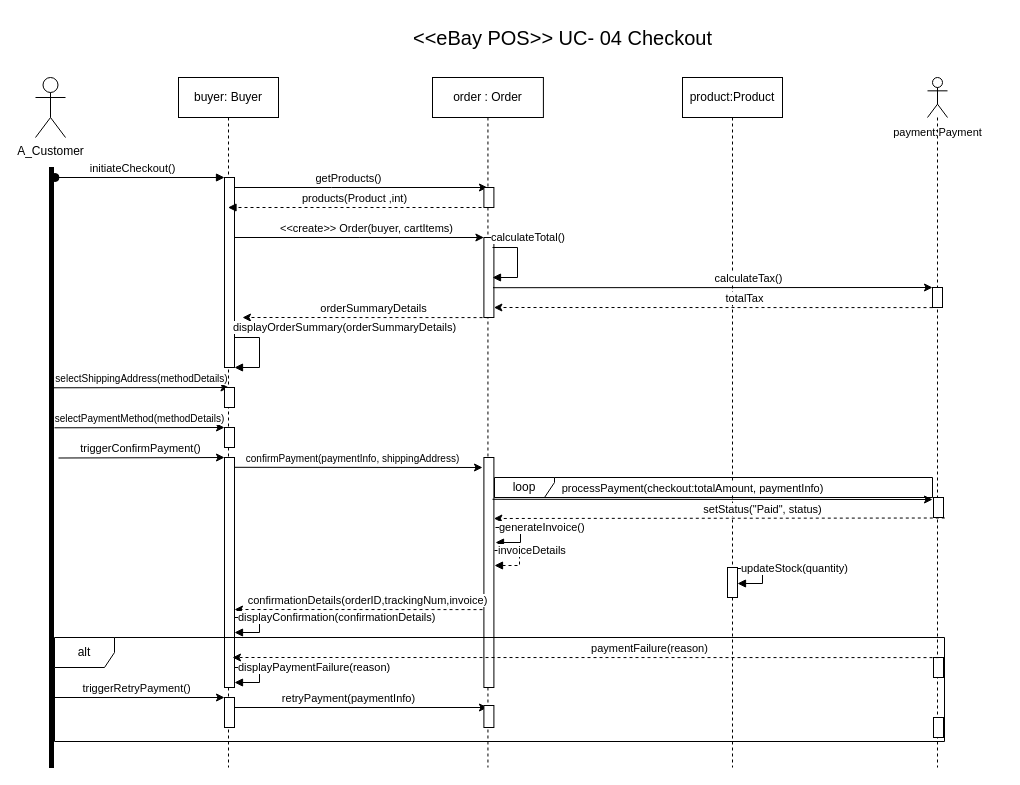
The draw.io diagram Sequence Diagram ebay.drawio in AhmedElamari/Software-design-saved, before the edit. Source tidied: cells renumbered, new cells numbered last; positions are measured from the earlier drawing's top-left corner, leaving out a move shared by most shapes. Both pictures are drawn from the tidied source at 100%, with x=0, y=0 at pixel (35, 17).
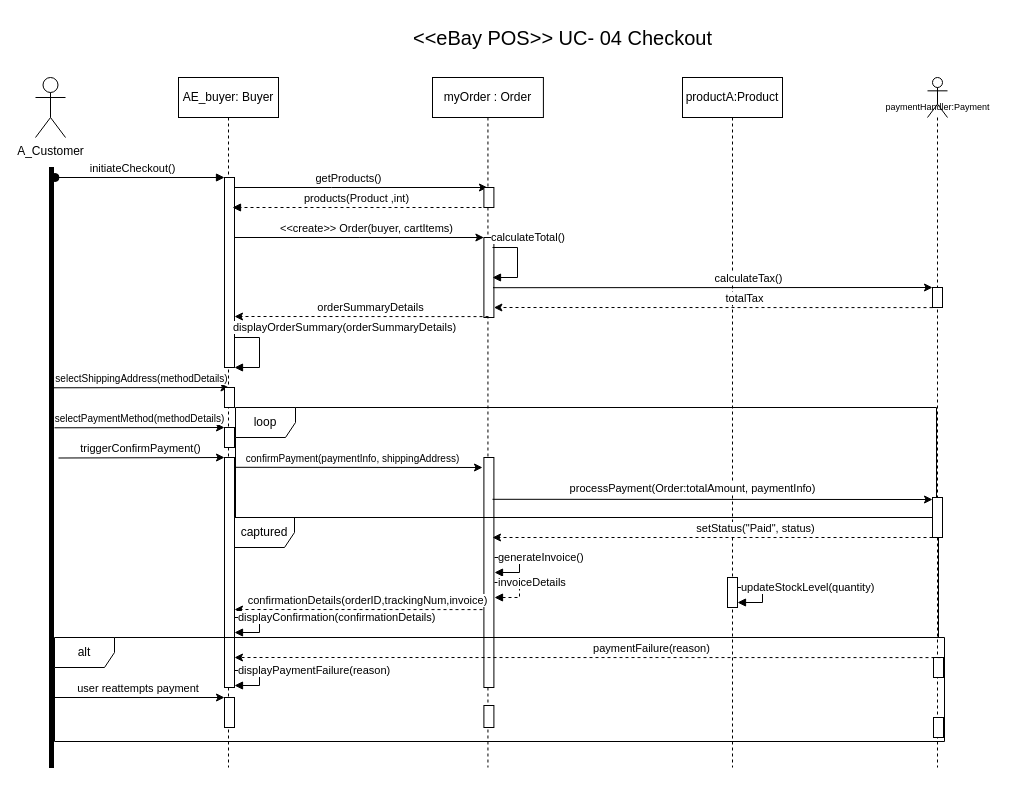
The same page after the edit.

The change refers to these unchanged cells:
```xml
<mxCell id="14" style="html=1;points=[[0,0,0,0,5],[0,1,0,0,-5],[1,0,0,0,5],[1,1,0,0,-5]];perimeter=orthogonalPerimeter;outlineConnect=0;targetShapes=umlLifeline;portConstraint=eastwest;newEdgeStyle={&quot;curved&quot;:0,&quot;rounded&quot;:0};" parent="13" vertex="1">
  <mxGeometry x="51.4" y="380" width="10" height="230" as="geometry" />
</mxCell>
<mxCell id="18" style="shape=umlLifeline;perimeter=lifelinePerimeter;whiteSpace=wrap;html=1;newEdgeStyle={&quot;curved&quot;:0,&quot;rounded&quot;:0};participant=umlActor;" parent="1" vertex="1">
  <mxGeometry x="892" y="60" width="20" height="690" as="geometry" />
</mxCell>
<mxCell id="56" style="edgeStyle=elbowEdgeStyle;rounded=0;orthogonalLoop=1;jettySize=auto;html=1;elbow=vertical;curved=0;" parent="1" edge="1">
  <mxGeometry relative="1" as="geometry">
    <mxPoint x="14" y="680" as="sourcePoint" />
    <mxPoint x="189" y="680" as="targetPoint" />
  </mxGeometry>
</mxCell>
```

Diff of the diagram source:
```diff
@@
-    <mxCell id="2" style="edgeStyle=elbowEdgeStyle;rounded=0;jettySize=auto;html=1;elbow=vertical;curved=0;" parent="1" edge="1" target="13">
-      <mxGeometry relative="1" as="geometry">
-        <mxPoint x="196" y="690" as="sourcePoint" />
-      </mxGeometry>
-    </mxCell>
-    <mxCell id="3" value="retryPayment(paymentInfo)" style="edgeLabel;html=1;align=center;verticalAlign=middle;" parent="2" vertex="1">
-      <mxGeometry x="-0.24" y="4" relative="1" as="geometry">
-        <mxPoint x="19" y="-6" as="offset" />
-      </mxGeometry>
-    </mxCell>
@@
-    <mxCell id="9" value="buyer: Buyer" style="shape=umlLifeline;perimeter=lifelinePerimeter;whiteSpace=wrap;html=1;outlineConnect=0;portConstraint=eastwest;newEdgeStyle={&quot;edgeStyle&quot;:&quot;elbowEdgeStyle&quot;,&quot;elbow&quot;:&quot;vertical&quot;,&quot;curved&quot;:0,&quot;rounded&quot;:0};" parent="1" vertex="1">
+    <mxCell id="9" value="AE_buyer: Buyer" style="shape=umlLifeline;perimeter=lifelinePerimeter;whiteSpace=wrap;html=1;outlineConnect=0;portConstraint=eastwest;newEdgeStyle={&quot;edgeStyle&quot;:&quot;elbowEdgeStyle&quot;,&quot;elbow&quot;:&quot;vertical&quot;,&quot;curved&quot;:0,&quot;rounded&quot;:0};" parent="1" vertex="1">
       <mxGeometry x="143" y="60" width="100" height="690" as="geometry" />
     </mxCell>
@@
-    <mxCell id="13" value="order : Order" style="shape=umlLifeline;perimeter=lifelinePerimeter;whiteSpace=wrap;html=1;outlineConnect=0;portConstraint=eastwest;newEdgeStyle={&quot;edgeStyle&quot;:&quot;elbowEdgeStyle&quot;,&quot;elbow&quot;:&quot;vertical&quot;,&quot;curved&quot;:0,&quot;rounded&quot;:0};" parent="1" vertex="1">
+    <mxCell id="13" value="myOrder : Order" style="shape=umlLifeline;perimeter=lifelinePerimeter;whiteSpace=wrap;html=1;outlineConnect=0;portConstraint=eastwest;newEdgeStyle={&quot;edgeStyle&quot;:&quot;elbowEdgeStyle&quot;,&quot;elbow&quot;:&quot;vertical&quot;,&quot;curved&quot;:0,&quot;rounded&quot;:0};" parent="1" vertex="1">
       <mxGeometry x="397" y="60" width="110.9" height="690" as="geometry" />
     </mxCell>
@@
-    <mxCell id="19" style="html=1;perimeter=orthogonalPerimeter;targetShapes=umlLifeline;newEdgeStyle={&quot;curved&quot;:0,&quot;rounded&quot;:0};" parent="18" vertex="1">
-      <mxGeometry x="6" y="420" width="10" height="20" as="geometry" />
-    </mxCell>
@@
-    <mxCell id="23" value="payment:Payment" style="text;html=1;align=center;verticalAlign=middle;strokeColor=none;fillColor=none;fontSize=11;" parent="1" vertex="1">
-      <mxGeometry x="847" y="100" width="110" height="30" as="geometry" />
-    </mxCell>
@@
-    <mxCell id="26" value="product:Product" style="shape=umlLifeline;perimeter=lifelinePerimeter;whiteSpace=wrap;html=1;newEdgeStyle={&quot;edgeStyle&quot;:&quot;elbowEdgeStyle&quot;,&quot;elbow&quot;:&quot;vertical&quot;,&quot;curved&quot;:0,&quot;rounded&quot;:0};" parent="1" vertex="1">
+    <mxCell id="26" value="productA:Product" style="shape=umlLifeline;perimeter=lifelinePerimeter;whiteSpace=wrap;html=1;newEdgeStyle={&quot;edgeStyle&quot;:&quot;elbowEdgeStyle&quot;,&quot;elbow&quot;:&quot;vertical&quot;,&quot;curved&quot;:0,&quot;rounded&quot;:0};" parent="1" vertex="1">
       <mxGeometry x="647" y="60" width="100" height="690" as="geometry" />
     </mxCell>
-    <mxCell id="27" style="html=1;points=[[0,0,0,0,5],[0,1,0,0,-5],[1,0,0,0,5],[1,1,0,0,-5]];perimeter=orthogonalPerimeter;outlineConnect=0;targetShapes=umlLifeline;portConstraint=eastwest;newEdgeStyle={&quot;curved&quot;:0,&quot;rounded&quot;:0};" parent="26" vertex="1">
-      <mxGeometry x="45" y="490" width="10" height="30" as="geometry" />
-    </mxCell>
@@
-    <mxCell id="31" value="products(Product ,int)" style="html=1;verticalAlign=bottom;endArrow=block;curved=0;rounded=0;dashed=1;" parent="1" edge="1" target="9">
+    <mxCell id="31" value="products(Product ,int)" style="html=1;verticalAlign=bottom;endArrow=block;curved=0;rounded=0;dashed=1;" parent="1" edge="1">
       <mxGeometry relative="1" as="geometry">
         <mxPoint x="446" y="190" as="sourcePoint" />
+        <mxPoint x="197" y="190" as="targetPoint" />
       </mxGeometry>
     </mxCell>
@@
     <mxCell id="33" style="edgeStyle=elbowEdgeStyle;rounded=0;orthogonalLoop=1;jettySize=auto;html=1;elbow=vertical;curved=0;dashed=1;" parent="1" edge="1">
       <mxGeometry relative="1" as="geometry">
-        <mxPoint x="453" y="300.1" as="sourcePoint" />
-        <mxPoint x="207" y="300" as="targetPoint" />
+        <mxPoint x="453" y="299.1" as="sourcePoint" />
+        <mxPoint x="199" y="299.6" as="targetPoint" />
       </mxGeometry>
     </mxCell>
@@
     <mxCell id="44" style="edgeStyle=elbowEdgeStyle;rounded=0;orthogonalLoop=1;jettySize=auto;html=1;elbow=vertical;curved=0;exitX=1.458;exitY=0.139;exitDx=0;exitDy=0;exitPerimeter=0;" parent="1" edge="1">
       <mxGeometry relative="1" as="geometry">
         <mxPoint x="457" y="481.8" as="sourcePoint" />
         <mxPoint x="897" y="482" as="targetPoint" />
-        <Array as="points">
-          <mxPoint x="363.7" y="482" />
-        </Array>
       </mxGeometry>
     </mxCell>
-    <mxCell id="45" value="processPayment(checkout:totalAmount, paymentInfo)" style="edgeLabel;html=1;align=center;verticalAlign=middle;fontSize=11;" parent="44" vertex="1">
+    <mxCell id="45" value="processPayment(Order:totalAmount, paymentInfo)" style="edgeLabel;html=1;align=center;verticalAlign=middle;fontSize=11;" parent="44" vertex="1">
       <mxGeometry x="-0.24" y="4" relative="1" as="geometry">
         <mxPoint x="33" y="-8" as="offset" />
       </mxGeometry>
     </mxCell>
-    <mxCell id="46" style="edgeStyle=elbowEdgeStyle;rounded=0;jettySize=auto;html=1;elbow=vertical;curved=0;dashed=1;" parent="1" edge="1" target="14">
+    <mxCell id="46" style="edgeStyle=elbowEdgeStyle;rounded=0;orthogonalLoop=1;jettySize=auto;html=1;elbow=vertical;curved=0;dashed=1;" parent="1" edge="1">
       <mxGeometry relative="1" as="geometry">
-        <mxPoint x="909.3" y="500.5" as="sourcePoint" />
+        <mxPoint x="897" y="520" as="sourcePoint" />
+        <mxPoint x="457" y="520" as="targetPoint" />
       </mxGeometry>
     </mxCell>
@@
     <mxCell id="48" value="generateInvoice()" style="html=1;align=left;spacingLeft=2;endArrow=block;rounded=0;edgeStyle=orthogonalEdgeStyle;curved=0;rounded=0;" parent="1" edge="1">
       <mxGeometry x="-1" relative="1" as="geometry">
-        <mxPoint x="460" y="510" as="sourcePoint" />
-        <mxPoint x="460" y="525" as="targetPoint" />
+        <mxPoint x="459" y="540" as="sourcePoint" />
+        <mxPoint x="459" y="555" as="targetPoint" />
         <Array as="points">
-          <mxPoint x="485" y="510" />
-          <mxPoint x="485" y="525" />
-          <mxPoint x="460" y="525" />
+          <mxPoint x="484" y="540" />
+          <mxPoint x="484" y="555" />
+          <mxPoint x="459" y="555" />
         </Array>
       </mxGeometry>
     </mxCell>
     <mxCell id="49" value="invoiceDetails" style="html=1;align=left;spacingLeft=2;endArrow=block;rounded=0;edgeStyle=orthogonalEdgeStyle;curved=0;rounded=0;dashed=1;" parent="1" edge="1">
       <mxGeometry x="-1" relative="1" as="geometry">
-        <mxPoint x="459" y="533" as="sourcePoint" />
-        <mxPoint x="459" y="548" as="targetPoint" />
+        <mxPoint x="459" y="565" as="sourcePoint" />
+        <mxPoint x="459" y="580" as="targetPoint" />
         <Array as="points">
-          <mxPoint x="484" y="533" />
-          <mxPoint x="484" y="548" />
-          <mxPoint x="459" y="548" />
+          <mxPoint x="484" y="565" />
+          <mxPoint x="484" y="580" />
+          <mxPoint x="459" y="580" />
         </Array>
       </mxGeometry>
     </mxCell>
@@
+    <mxCell id="54" style="edgeStyle=elbowEdgeStyle;rounded=0;orthogonalLoop=1;jettySize=auto;html=1;elbow=vertical;curved=0;dashed=1;" parent="1" edge="1">
+      <mxGeometry relative="1" as="geometry">
+        <mxPoint x="905" y="640.1" as="sourcePoint" />
+        <mxPoint x="199" y="640" as="targetPoint" />
+        <Array as="points">
+          <mxPoint x="987" y="640" />
+        </Array>
+      </mxGeometry>
+    </mxCell>
+    <mxCell id="55" value="paymentFailure(reason)" style="edgeLabel;html=1;align=center;verticalAlign=middle;" parent="54" vertex="1">
+      <mxGeometry x="-0.24" y="4" relative="1" as="geometry">
+        <mxPoint x="-22" y="-14" as="offset" />
+      </mxGeometry>
+    </mxCell>
@@
     <mxCell id="53" value="displayPaymentFailure(reason)" style="html=1;align=left;spacingLeft=2;endArrow=block;rounded=0;edgeStyle=orthogonalEdgeStyle;curved=0;rounded=0;" parent="1" edge="1">
       <mxGeometry x="-1" relative="1" as="geometry">
-        <mxPoint x="199" y="650" as="sourcePoint" />
-        <mxPoint x="199" y="665" as="targetPoint" />
+        <mxPoint x="199" y="653" as="sourcePoint" />
+        <mxPoint x="199" y="668" as="targetPoint" />
         <Array as="points">
-          <mxPoint x="224" y="650" />
-          <mxPoint x="224" y="665" />
-          <mxPoint x="199" y="665" />
+          <mxPoint x="224" y="653" />
+          <mxPoint x="224" y="668" />
+          <mxPoint x="199" y="668" />
         </Array>
       </mxGeometry>
     </mxCell>
-    <mxCell id="54" style="edgeStyle=elbowEdgeStyle;rounded=0;orthogonalLoop=1;jettySize=auto;html=1;elbow=vertical;curved=0;dashed=1;" parent="1" edge="1">
-      <mxGeometry relative="1" as="geometry">
-        <mxPoint x="903" y="640.1" as="sourcePoint" />
-        <mxPoint x="197" y="640" as="targetPoint" />
-        <Array as="points">
-          <mxPoint x="985" y="640" />
-        </Array>
-      </mxGeometry>
-    </mxCell>
-    <mxCell id="55" value="paymentFailure(reason)" style="edgeLabel;html=1;align=center;verticalAlign=middle;" parent="54" vertex="1">
-      <mxGeometry x="-0.24" y="4" relative="1" as="geometry">
-        <mxPoint x="-22" y="-14" as="offset" />
-      </mxGeometry>
-    </mxCell>
@@
-    <mxCell id="57" value="triggerRetryPayment()" style="edgeLabel;html=1;align=center;verticalAlign=middle;" parent="56" vertex="1">
+    <mxCell id="57" value="&amp;nbsp;user reattempts payment" style="edgeLabel;html=1;align=center;verticalAlign=middle;" parent="56" vertex="1">
       <mxGeometry x="-0.24" y="4" relative="1" as="geometry">
         <mxPoint x="19" y="-6" as="offset" />
       </mxGeometry>
     </mxCell>
@@
     <mxCell id="60" value="loop" style="shape=umlFrame;whiteSpace=wrap;html=1;" parent="1" vertex="1">
-      <mxGeometry x="459" y="460" width="438" height="20" as="geometry" />
+      <mxGeometry x="200" y="390" width="701" height="110" as="geometry" />
     </mxCell>
@@
-    <mxCell id="66" value="updateStock(quantity)" style="html=1;align=left;spacingLeft=2;endArrow=block;rounded=0;edgeStyle=orthogonalEdgeStyle;curved=0;rounded=0;" parent="1" edge="1">
+    <mxCell id="66" value="updateStockLevel(quantity)" style="html=1;align=left;spacingLeft=2;endArrow=block;rounded=0;edgeStyle=orthogonalEdgeStyle;curved=0;rounded=0;" parent="1" edge="1" source="27">
       <mxGeometry x="-1" relative="1" as="geometry">
-        <mxPoint x="702" y="551" as="sourcePoint" />
-        <mxPoint x="702" y="566" as="targetPoint" />
+        <mxPoint x="702" y="585" as="targetPoint" />
         <Array as="points">
-          <mxPoint x="727" y="551" />
-          <mxPoint x="727" y="566" />
-          <mxPoint x="702" y="566" />
+          <mxPoint x="727" y="570" />
+          <mxPoint x="727" y="585" />
+          <mxPoint x="702" y="585" />
         </Array>
       </mxGeometry>
     </mxCell>
+    <mxCell id="27" style="html=1;points=[[0,0,0,0,5],[0,1,0,0,-5],[1,0,0,0,5],[1,1,0,0,-5]];perimeter=orthogonalPerimeter;outlineConnect=0;targetShapes=umlLifeline;portConstraint=eastwest;newEdgeStyle={&quot;curved&quot;:0,&quot;rounded&quot;:0};" parent="1" vertex="1">
+      <mxGeometry x="692" y="560" width="10" height="30" as="geometry" />
+    </mxCell>
+    <mxCell id="67" value="captured" style="shape=umlFrame;whiteSpace=wrap;html=1;" parent="1" vertex="1">
+      <mxGeometry x="199" y="500" width="704" height="120" as="geometry" />
+    </mxCell>
+    <mxCell id="19" style="html=1;perimeter=orthogonalPerimeter;targetShapes=umlLifeline;newEdgeStyle={&quot;curved&quot;:0,&quot;rounded&quot;:0};" parent="1" vertex="1">
+      <mxGeometry x="897" y="480" width="10" height="40" as="geometry" />
+    </mxCell>
+    <mxCell id="23" value="paymentHandler:Payment" style="text;html=1;align=center;verticalAlign=middle;strokeColor=none;fillColor=none;fontSize=9;" parent="1" vertex="1">
+      <mxGeometry x="837" y="80" width="130" height="20" as="geometry" />
+    </mxCell>
```
